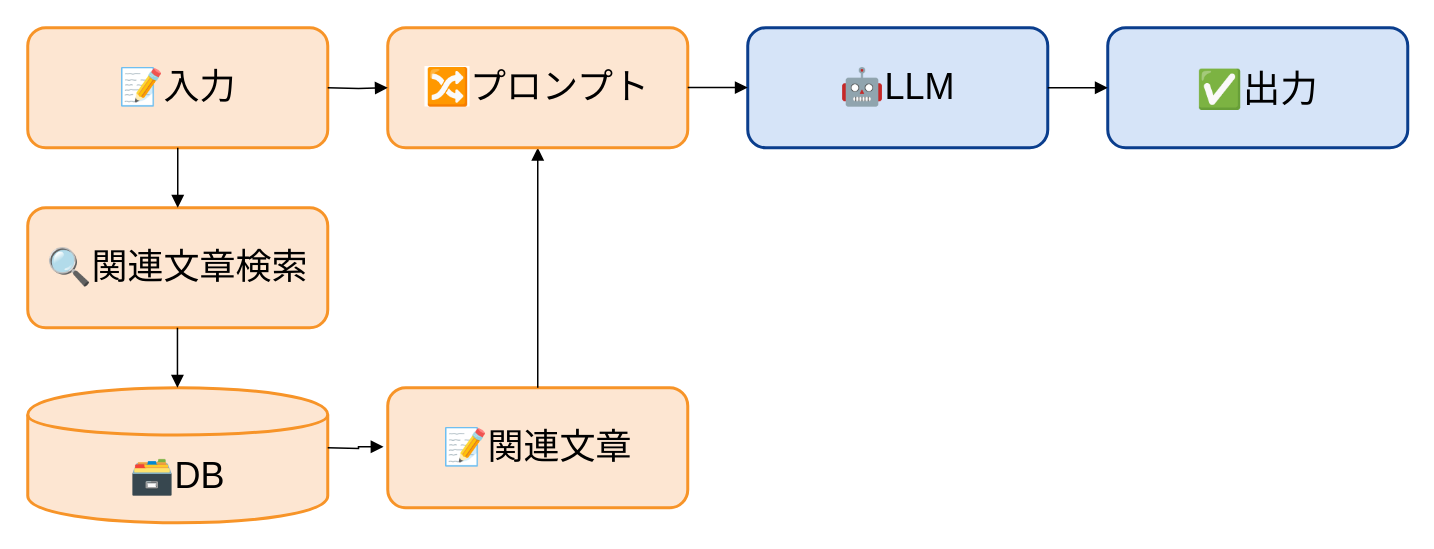
The draw.io diagram 最終/RAG.drawio.xml in camellian0120/MySeniorThesis, before the edit. Source tidied: cells renumbered, new cells numbered last; positions are measured from the earlier drawing's top-left corner, leaving out a move shared by most shapes. Both pictures are drawn from the tidied source at 150%, with x=0, y=0 at pixel (27, 27).
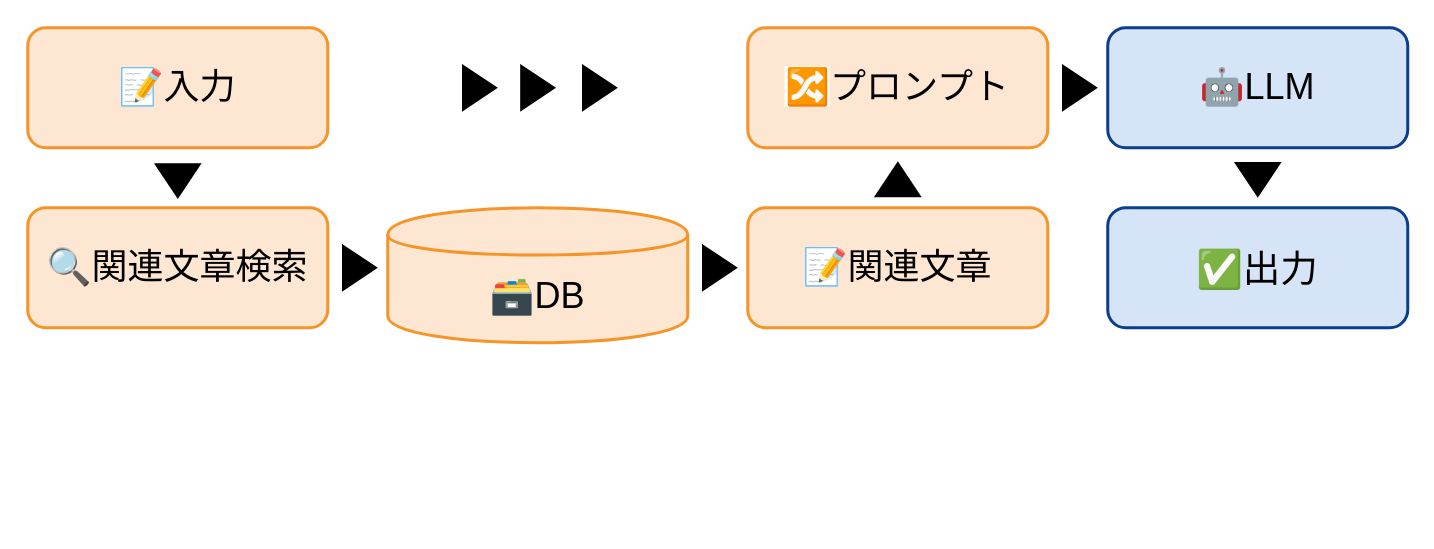
The same diagram, later.

The edit, as a diff of the source:
```diff
@@
 <mxGraphModel>
   <root>
     <mxCell id="0" />
     <mxCell id="1" parent="0" />
     <mxCell id="2" value="&lt;font style=&quot;font-size: 24px;&quot;&gt;📝入力&lt;/font&gt;" style="rounded=1;whiteSpace=wrap;html=1;strokeColor=#F79428;strokeWidth=2;fillColor=#FDE6D2;fontColor=#000000;" parent="1" vertex="1">
       <mxGeometry width="200" height="80" as="geometry" />
     </mxCell>
     <mxCell id="3" value="&lt;font style=&quot;font-size: 24px;&quot;&gt;🔍&lt;/font&gt;&lt;font style=&quot;font-size: 24px;&quot;&gt;関連文章検索&lt;/font&gt;" style="rounded=1;whiteSpace=wrap;html=1;strokeColor=#F79428;strokeWidth=2;fillColor=#FDE6D2;fontColor=#000000;" parent="1" vertex="1">
       <mxGeometry y="120" width="200" height="80" as="geometry" />
     </mxCell>
     <mxCell id="4" value="&lt;div&gt;&lt;font style=&quot;font-size: 23px;&quot;&gt;&lt;br&gt;&lt;/font&gt;&lt;/div&gt;&lt;div&gt;&lt;font style=&quot;font-size: 24px;&quot;&gt;🗃️DB&lt;/font&gt;&lt;/div&gt;" style="shape=cylinder;whiteSpace=wrap;html=1;strokeColor=#F79428;strokeWidth=2;fillColor=#FDE6D2;fontColor=#000000;" parent="1" vertex="1">
-      <mxGeometry y="240" width="200" height="90" as="geometry" />
+      <mxGeometry x="240" y="120" width="200" height="90" as="geometry" />
     </mxCell>
     <mxCell id="5" value="&lt;font style=&quot;font-size: 24px;&quot;&gt;📝&lt;/font&gt;&lt;font style=&quot;font-size: 24px;&quot;&gt;関連文章&lt;/font&gt;" style="rounded=1;whiteSpace=wrap;html=1;strokeColor=#F79428;strokeWidth=2;fillColor=#FDE6D2;fontColor=#000000;" parent="1" vertex="1">
-      <mxGeometry x="240" y="240" width="200" height="80" as="geometry" />
+      <mxGeometry x="480" y="120" width="200" height="80" as="geometry" />
     </mxCell>
     <mxCell id="6" value="&lt;font style=&quot;font-size: 24px;&quot;&gt;🤖LLM&lt;/font&gt;" style="rounded=1;whiteSpace=wrap;html=1;strokeColor=#0B3E8D;strokeWidth=2;fillColor=#D6E4F8;fontColor=#000000;" parent="1" vertex="1">
-      <mxGeometry x="480" width="200" height="80" as="geometry" />
+      <mxGeometry x="720" width="200" height="80" as="geometry" />
     </mxCell>
     <mxCell id="7" value="&lt;font style=&quot;font-size: 25px;&quot;&gt;✅出力&lt;/font&gt;" style="rounded=1;whiteSpace=wrap;html=1;strokeColor=#0B3E8D;strokeWidth=2;fillColor=#D6E4F8;fontColor=#000000;" parent="1" vertex="1">
-      <mxGeometry x="720" width="200" height="80" as="geometry" />
+      <mxGeometry x="720" y="120" width="200" height="80" as="geometry" />
     </mxCell>
-    <mxCell id="8" style="edgeStyle=orthogonalEdgeStyle;rounded=0;html=1;strokeColor=#000000;endArrow=block;endFill=1;" parent="1" edge="1" source="2" target="3">
-      <mxGeometry relative="1" as="geometry" />
+    <mxCell id="8" value="&lt;font style=&quot;font-size: 24px;&quot;&gt;&lt;span style=&quot;color: rgb(0, 0, 0); font-family: HiraKakuProN-W3, Meiryo, メイリオ, &amp;quot;MS PGothic&amp;quot;, sans-serif; font-style: normal; font-variant-ligatures: normal; font-variant-caps: normal; font-weight: 400; letter-spacing: normal; text-align: start; text-indent: 0px; text-transform: none; word-spacing: 0px; -webkit-text-stroke-width: 0px; white-space: normal; background-color: rgb(255, 255, 255); text-decoration-thickness: initial; text-decoration-style: initial; text-decoration-color: initial; display: inline !important; float: none;&quot;&gt;🔀&lt;/span&gt;&lt;/font&gt;&lt;font style=&quot;font-size: 24px;&quot;&gt;プ&lt;/font&gt;&lt;font style=&quot;font-size: 24px;&quot;&gt;ロンプト&lt;/font&gt;" style="rounded=1;whiteSpace=wrap;html=1;strokeColor=#F79428;strokeWidth=2;fillColor=#FDE6D2;fontColor=#000000;" parent="1" vertex="1">
+      <mxGeometry x="480" width="200" height="80" as="geometry" />
     </mxCell>
-    <mxCell id="9" style="edgeStyle=orthogonalEdgeStyle;rounded=0;html=1;strokeColor=#000000;endArrow=block;endFill=1;entryX=0.5;entryY=1;entryDx=0;entryDy=0;exitX=0.5;exitY=0;exitDx=0;exitDy=0;" parent="1" edge="1" source="5" target="13">
-      <mxGeometry relative="1" as="geometry" />
+    <mxCell id="9" style="triangle;whiteSpace=wrap;html=1;fillColor=#000000;" parent="1" vertex="1">
+      <mxGeometry x="210" y="145" width="22.5" height="30" as="geometry" />
     </mxCell>
-    <mxCell id="10" style="edgeStyle=orthogonalEdgeStyle;rounded=0;html=1;strokeColor=#000000;endArrow=block;endFill=1;entryX=0;entryY=0.5;entryDx=0;entryDy=0;" parent="1" edge="1" source="6" target="7">
-      <mxGeometry relative="1" as="geometry" />
+    <mxCell id="10" style="triangle;whiteSpace=wrap;html=1;fillColor=#000000;rotation=90;" parent="1" vertex="1">
+      <mxGeometry x="88.8" y="87" width="22.5" height="30" as="geometry" />
     </mxCell>
-    <mxCell id="11" style="edgeStyle=orthogonalEdgeStyle;rounded=0;html=1;strokeColor=#000000;endArrow=block;endFill=1;" parent="1" edge="1">
-      <mxGeometry relative="1" as="geometry">
-        <mxPoint x="99.8" y="200" as="sourcePoint" />
-        <mxPoint x="99.8" y="240" as="targetPoint" />
-      </mxGeometry>
+    <mxCell id="11" style="triangle;whiteSpace=wrap;html=1;fillColor=#000000;" parent="1" vertex="1">
+      <mxGeometry x="450" y="145" width="22.5" height="30" as="geometry" />
     </mxCell>
-    <mxCell id="12" style="edgeStyle=orthogonalEdgeStyle;rounded=0;html=1;strokeColor=#000000;endArrow=block;endFill=1;entryX=-0.014;entryY=0.492;entryDx=0;entryDy=0;entryPerimeter=0;" parent="1" edge="1" target="5">
-      <mxGeometry relative="1" as="geometry">
-        <mxPoint x="200" y="280" as="sourcePoint" />
-      </mxGeometry>
+    <mxCell id="12" style="triangle;whiteSpace=wrap;html=1;fillColor=#000000;" parent="1" vertex="1">
+      <mxGeometry x="290" y="25" width="22.5" height="30" as="geometry" />
     </mxCell>
-    <mxCell id="13" value="&lt;font style=&quot;font-size: 24px;&quot;&gt;&lt;span style=&quot;color: rgb(0, 0, 0); font-family: HiraKakuProN-W3, Meiryo, メイリオ, &amp;quot;MS PGothic&amp;quot;, sans-serif; font-style: normal; font-variant-ligatures: normal; font-variant-caps: normal; font-weight: 400; letter-spacing: normal; text-align: start; text-indent: 0px; text-transform: none; word-spacing: 0px; -webkit-text-stroke-width: 0px; white-space: normal; background-color: rgb(255, 255, 255); text-decoration-thickness: initial; text-decoration-style: initial; text-decoration-color: initial; display: inline !important; float: none;&quot;&gt;🔀&lt;/span&gt;&lt;/font&gt;&lt;font style=&quot;font-size: 24px;&quot;&gt;プ&lt;/font&gt;&lt;font style=&quot;font-size: 24px;&quot;&gt;ロンプト&lt;/font&gt;" style="rounded=1;whiteSpace=wrap;html=1;strokeColor=#F79428;strokeWidth=2;fillColor=#FDE6D2;fontColor=#000000;" parent="1" vertex="1">
-      <mxGeometry x="240" width="200" height="80" as="geometry" />
+    <mxCell id="13" style="triangle;whiteSpace=wrap;html=1;fillColor=#000000;" parent="1" vertex="1">
+      <mxGeometry x="328.8" y="25" width="22.5" height="30" as="geometry" />
     </mxCell>
-    <mxCell id="14" style="edgeStyle=orthogonalEdgeStyle;rounded=0;html=1;strokeColor=#000000;endArrow=block;endFill=1;entryX=0;entryY=0.5;entryDx=0;entryDy=0;exitX=1;exitY=0.5;exitDx=0;exitDy=0;" parent="1" edge="1" target="13">
-      <mxGeometry relative="1" as="geometry">
-        <mxPoint x="200" y="40" as="sourcePoint" />
-      </mxGeometry>
+    <mxCell id="14" style="triangle;whiteSpace=wrap;html=1;fillColor=#000000;" parent="1" vertex="1">
+      <mxGeometry x="370" y="25" width="22.5" height="30" as="geometry" />
     </mxCell>
-    <mxCell id="15" style="edgeStyle=orthogonalEdgeStyle;rounded=0;html=1;strokeColor=#000000;endArrow=block;endFill=1;entryX=0;entryY=0.5;entryDx=0;entryDy=0;" parent="1" edge="1">
-      <mxGeometry relative="1" as="geometry">
-        <mxPoint x="440" y="39.9" as="sourcePoint" />
-        <mxPoint x="480" y="39.9" as="targetPoint" />
-      </mxGeometry>
+    <mxCell id="15" style="triangle;whiteSpace=wrap;html=1;fillColor=#000000;" parent="1" vertex="1">
+      <mxGeometry x="690" y="25" width="22.5" height="30" as="geometry" />
     </mxCell>
+    <mxCell id="16" style="triangle;whiteSpace=wrap;html=1;fillColor=#000000;rotation=-90;" parent="1" vertex="1">
+      <mxGeometry x="568.8" y="86.2" width="22.5" height="30" as="geometry" />
+    </mxCell>
+    <mxCell id="17" style="triangle;whiteSpace=wrap;html=1;fillColor=#000000;rotation=90;" parent="1" vertex="1">
+      <mxGeometry x="808.8" y="86.2" width="22.5" height="30" as="geometry" />
+    </mxCell>
   </root>
 </mxGraphModel>
```
